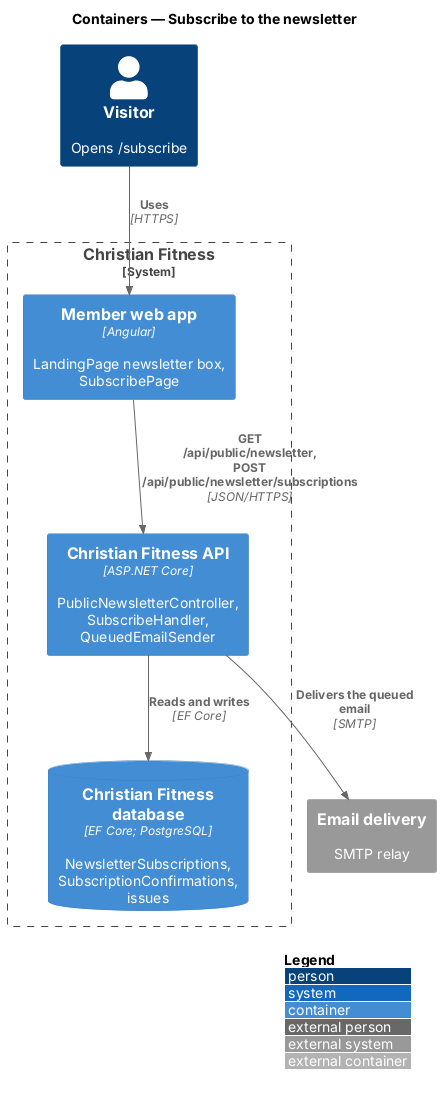
This is docs/detailed-designs/news/subscribe-to-newsletter/diagrams/c4-container.png from QuinntyneBrown/christian-fitness, a PlantUML export, as it was before one commit.
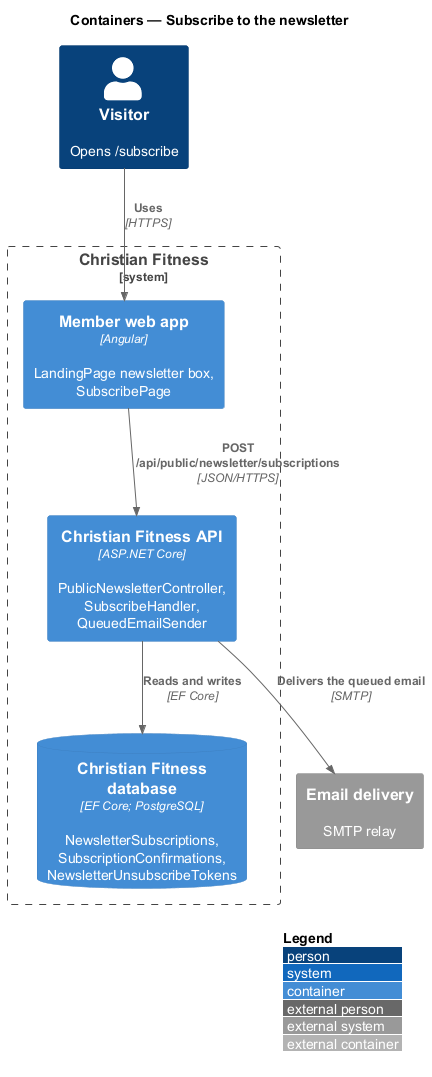
After the change.

Change to the diagram source:
```diff
@@ -7,11 +7,11 @@
 System_Boundary(cf, "Christian Fitness") {
   Container(web, "Member web app", "Angular", "LandingPage newsletter box, SubscribePage")
   Container(api, "Christian Fitness API", "ASP.NET Core", "PublicNewsletterController, SubscribeHandler, QueuedEmailSender")
-  ContainerDb(db, "Christian Fitness database", "EF Core; PostgreSQL", "NewsletterSubscriptions, SubscriptionConfirmations, issues")
+  ContainerDb(db, "Christian Fitness database", "EF Core; PostgreSQL", "NewsletterSubscriptions, SubscriptionConfirmations, NewsletterUnsubscribeTokens")
 }
 System_Ext(mail, "Email delivery", "SMTP relay")
 Rel(visitor, web, "Uses", "HTTPS")
-Rel(web, api, "GET /api/public/newsletter, POST /api/public/newsletter/subscriptions", "JSON/HTTPS")
+Rel(web, api, "POST /api/public/newsletter/subscriptions", "JSON/HTTPS")
 Rel(api, db, "Reads and writes", "EF Core")
 Rel(api, mail, "Delivers the queued email", "SMTP")
 @enduml
```
